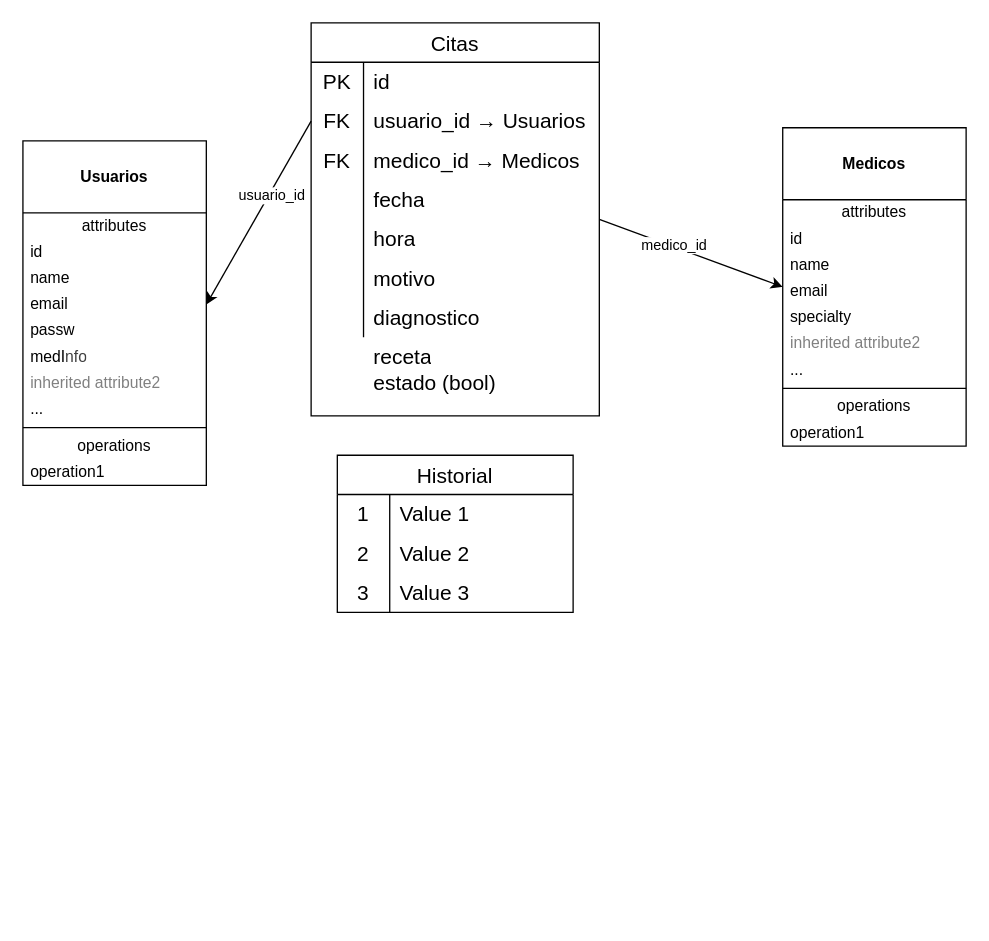
Esen-Q1-2026-Arquitectura-Software/py-med-management-app keeps this draw.io diagram as med-manage.drawio. Above is the earlier version. Source tidied: cells renumbered, new cells numbered last; positions are measured from the earlier drawing's top-left corner, leaving out a move shared by most shapes. Both pictures are drawn from the tidied source at 131%, with x=0, y=0 at pixel (22, 22).
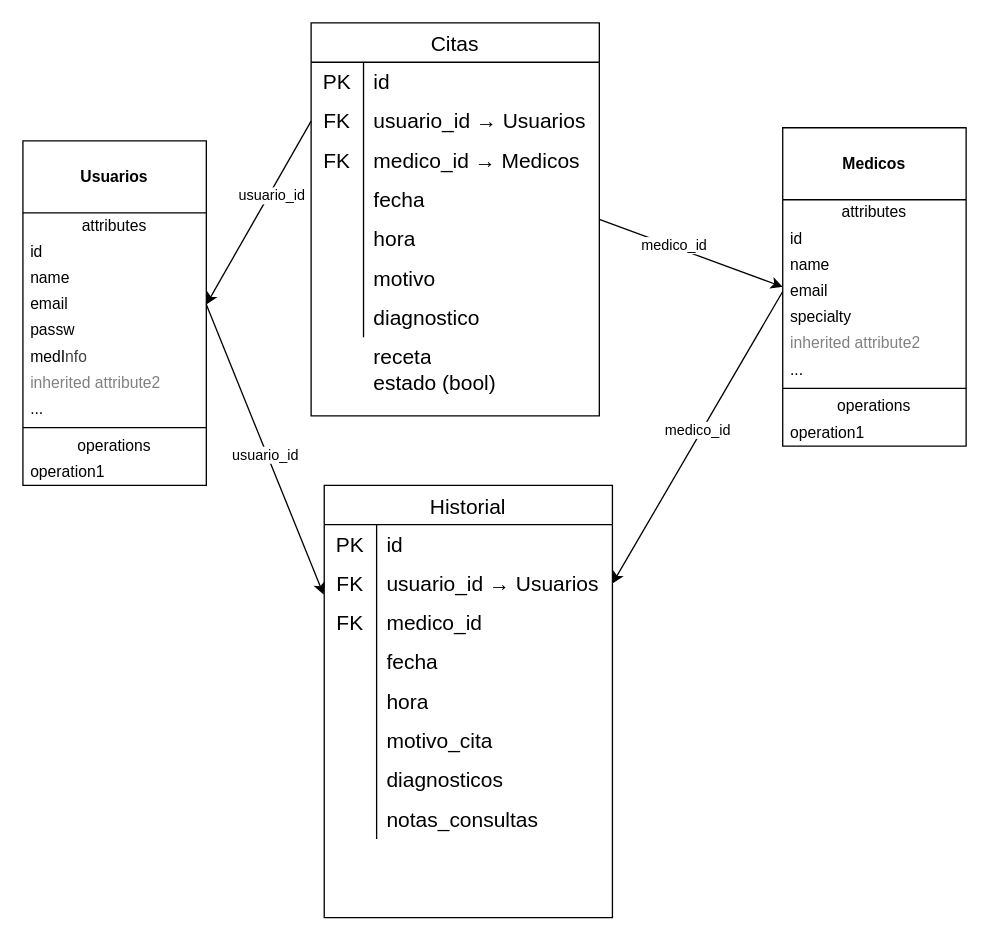
The same page after the edit.

Commit message:
actualizacion historial

The change refers to these unchanged cells:
```xml
<mxCell id="42" value="email" style="text;html=1;strokeColor=none;fillColor=none;align=left;verticalAlign=middle;spacingLeft=4;spacingRight=4;overflow=hidden;points=[[0,0.5],[1,0.5]];portConstraint=eastwest;whiteSpace=wrap;" parent="38" vertex="1">
  <mxGeometry y="115" width="140" height="20" as="geometry" />
</mxCell>
<mxCell id="54" value="email" style="text;html=1;strokeColor=none;fillColor=none;align=left;verticalAlign=middle;spacingLeft=4;spacingRight=4;overflow=hidden;points=[[0,0.5],[1,0.5]];portConstraint=eastwest;whiteSpace=wrap;" parent="50" vertex="1">
  <mxGeometry y="115" width="140" height="20" as="geometry" />
</mxCell>
```

What changed in the source:
```diff
@@
-    <mxCell id="2" value="Historial" style="shape=table;startSize=30;childLayout=tableLayout;rowLines=0;fontStyle=0;strokeColor=default;fontSize=16;" parent="1" vertex="1">
-      <mxGeometry x="240" y="330" width="180" height="120" as="geometry" />
-    </mxCell>
-    <mxCell id="3" style="shape=tableRow;horizontal=0;startSize=0;swimlaneHead=0;swimlaneBody=0;top=0;left=0;bottom=0;right=0;fillColor=none;strokeColor=inherit;fontSize=16;" parent="2" vertex="1">
-      <mxGeometry y="30" width="180" height="30" as="geometry" />
-    </mxCell>
-    <mxCell id="4" value="1" style="shape=partialRectangle;html=1;whiteSpace=wrap;fillColor=none;top=0;left=0;bottom=0;right=0;overflow=hidden;strokeColor=inherit;fontSize=16;" parent="3" vertex="1">
-      <mxGeometry width="40" height="30" as="geometry" />
-    </mxCell>
-    <mxCell id="5" value="Value 1" style="shape=partialRectangle;html=1;whiteSpace=wrap;fillColor=none;top=0;left=0;bottom=0;right=0;align=left;spacingLeft=6;overflow=hidden;strokeColor=inherit;fontSize=16;" parent="3" vertex="1">
-      <mxGeometry x="40" width="140" height="30" as="geometry" />
-    </mxCell>
-    <mxCell id="6" style="shape=tableRow;horizontal=0;startSize=0;swimlaneHead=0;swimlaneBody=0;top=0;left=0;bottom=0;right=0;fillColor=none;strokeColor=inherit;fontSize=16;" parent="2" vertex="1">
-      <mxGeometry y="60" width="180" height="30" as="geometry" />
-    </mxCell>
-    <mxCell id="7" value="2" style="shape=partialRectangle;html=1;whiteSpace=wrap;fillColor=none;top=0;left=0;bottom=0;right=0;overflow=hidden;strokeColor=inherit;fontSize=16;" parent="6" vertex="1">
-      <mxGeometry width="40" height="30" as="geometry" />
-    </mxCell>
-    <mxCell id="8" value="Value 2" style="shape=partialRectangle;html=1;whiteSpace=wrap;fillColor=none;top=0;left=0;bottom=0;right=0;align=left;spacingLeft=6;overflow=hidden;strokeColor=inherit;fontSize=16;" parent="6" vertex="1">
-      <mxGeometry x="40" width="140" height="30" as="geometry" />
-    </mxCell>
-    <mxCell id="9" style="shape=tableRow;horizontal=0;startSize=0;swimlaneHead=0;swimlaneBody=0;top=0;left=0;bottom=0;right=0;fillColor=none;strokeColor=inherit;fontSize=16;" parent="2" vertex="1">
-      <mxGeometry y="90" width="180" height="30" as="geometry" />
-    </mxCell>
-    <mxCell id="10" value="3" style="shape=partialRectangle;html=1;whiteSpace=wrap;fillColor=none;top=0;left=0;bottom=0;right=0;overflow=hidden;strokeColor=inherit;fontSize=16;" parent="9" vertex="1">
-      <mxGeometry width="40" height="30" as="geometry" />
-    </mxCell>
-    <mxCell id="11" value="Value 3" style="shape=partialRectangle;html=1;whiteSpace=wrap;fillColor=none;top=0;left=0;bottom=0;right=0;align=left;spacingLeft=6;overflow=hidden;strokeColor=inherit;fontSize=16;" parent="9" vertex="1">
-      <mxGeometry x="40" width="140" height="30" as="geometry" />
-    </mxCell>
@@
+    <mxCell id="2" value="Historial" style="shape=table;startSize=30;childLayout=tableLayout;rowLines=0;fontStyle=0;strokeColor=default;fontSize=16;" parent="1" vertex="1">
+      <mxGeometry x="230" y="353" width="220" height="330" as="geometry" />
+    </mxCell>
+    <mxCell id="63" style="shape=tableRow;horizontal=0;startSize=0;swimlaneHead=0;swimlaneBody=0;top=0;left=0;bottom=0;right=0;fillColor=none;strokeColor=inherit;fontSize=16;" parent="2" vertex="1">
+      <mxGeometry y="30" width="220" height="30" as="geometry" />
+    </mxCell>
+    <mxCell id="64" value="PK" style="shape=partialRectangle;html=1;whiteSpace=wrap;fillColor=none;top=0;left=0;bottom=0;right=0;overflow=hidden;strokeColor=inherit;fontSize=16;" parent="63" vertex="1">
+      <mxGeometry width="40" height="30" as="geometry" />
+    </mxCell>
+    <mxCell id="65" value="id" style="shape=partialRectangle;html=1;whiteSpace=wrap;fillColor=none;top=0;left=0;bottom=0;right=0;align=left;spacingLeft=6;overflow=hidden;strokeColor=inherit;fontSize=16;" parent="63" vertex="1">
+      <mxGeometry x="40" width="180" height="30" as="geometry" />
+    </mxCell>
+    <mxCell id="66" style="shape=tableRow;horizontal=0;startSize=0;swimlaneHead=0;swimlaneBody=0;top=0;left=0;bottom=0;right=0;fillColor=none;points=[[0,0.5],[1,0.5]];portConstraint=eastwest;strokeColor=inherit;fontSize=16;" parent="2" vertex="1">
+      <mxGeometry y="60" width="220" height="30" as="geometry" />
+    </mxCell>
+    <mxCell id="67" value="FK" style="shape=partialRectangle;html=1;whiteSpace=wrap;fillColor=none;top=0;left=0;bottom=0;right=0;overflow=hidden;strokeColor=inherit;fontSize=16;" parent="66" vertex="1">
+      <mxGeometry width="40" height="30" as="geometry" />
+    </mxCell>
+    <mxCell id="68" value="usuario_id → Usuarios" style="shape=partialRectangle;html=1;whiteSpace=wrap;fillColor=none;top=0;left=0;bottom=0;right=0;align=left;spacingLeft=6;overflow=hidden;strokeColor=inherit;fontSize=16;" parent="66" vertex="1">
+      <mxGeometry x="40" width="180" height="30" as="geometry" />
+    </mxCell>
+    <mxCell id="69" style="shape=tableRow;horizontal=0;startSize=0;swimlaneHead=0;swimlaneBody=0;top=0;left=0;bottom=0;right=0;fillColor=none;strokeColor=inherit;fontSize=16;" parent="2" vertex="1">
+      <mxGeometry y="90" width="220" height="30" as="geometry" />
+    </mxCell>
+    <mxCell id="70" value="FK" style="shape=partialRectangle;html=1;whiteSpace=wrap;fillColor=none;top=0;left=0;bottom=0;right=0;overflow=hidden;strokeColor=inherit;fontSize=16;" parent="69" vertex="1">
+      <mxGeometry width="40" height="30" as="geometry" />
+    </mxCell>
+    <mxCell id="71" value="medico_id" style="shape=partialRectangle;html=1;whiteSpace=wrap;fillColor=none;top=0;left=0;bottom=0;right=0;align=left;spacingLeft=6;overflow=hidden;strokeColor=inherit;fontSize=16;" parent="69" vertex="1">
+      <mxGeometry x="40" width="180" height="30" as="geometry" />
+    </mxCell>
+    <mxCell id="72" style="shape=tableRow;horizontal=0;startSize=0;swimlaneHead=0;swimlaneBody=0;top=0;left=0;bottom=0;right=0;fillColor=none;strokeColor=inherit;fontSize=16;" parent="2" vertex="1">
+      <mxGeometry y="120" width="220" height="30" as="geometry" />
+    </mxCell>
+    <mxCell id="73" style="shape=partialRectangle;html=1;whiteSpace=wrap;fillColor=none;top=0;left=0;bottom=0;right=0;overflow=hidden;strokeColor=inherit;fontSize=16;" parent="72" vertex="1">
+      <mxGeometry width="40" height="30" as="geometry" />
+    </mxCell>
+    <mxCell id="74" value="fecha" style="shape=partialRectangle;html=1;whiteSpace=wrap;fillColor=none;top=0;left=0;bottom=0;right=0;align=left;spacingLeft=6;overflow=hidden;strokeColor=inherit;fontSize=16;" parent="72" vertex="1">
+      <mxGeometry x="40" width="180" height="30" as="geometry" />
+    </mxCell>
+    <mxCell id="75" style="shape=tableRow;horizontal=0;startSize=0;swimlaneHead=0;swimlaneBody=0;top=0;left=0;bottom=0;right=0;fillColor=none;strokeColor=inherit;fontSize=16;" parent="2" vertex="1">
+      <mxGeometry y="150" width="220" height="30" as="geometry" />
+    </mxCell>
+    <mxCell id="76" style="shape=partialRectangle;html=1;whiteSpace=wrap;fillColor=none;top=0;left=0;bottom=0;right=0;overflow=hidden;strokeColor=inherit;fontSize=16;" parent="75" vertex="1">
+      <mxGeometry width="40" height="30" as="geometry" />
+    </mxCell>
+    <mxCell id="77" value="hora" style="shape=partialRectangle;html=1;whiteSpace=wrap;fillColor=none;top=0;left=0;bottom=0;right=0;align=left;spacingLeft=6;overflow=hidden;strokeColor=inherit;fontSize=16;" parent="75" vertex="1">
+      <mxGeometry x="40" width="180" height="30" as="geometry" />
+    </mxCell>
+    <mxCell id="78" style="shape=tableRow;horizontal=0;startSize=0;swimlaneHead=0;swimlaneBody=0;top=0;left=0;bottom=0;right=0;fillColor=none;strokeColor=inherit;fontSize=16;" parent="2" vertex="1">
+      <mxGeometry y="180" width="220" height="30" as="geometry" />
+    </mxCell>
+    <mxCell id="79" style="shape=partialRectangle;html=1;whiteSpace=wrap;fillColor=none;top=0;left=0;bottom=0;right=0;overflow=hidden;strokeColor=inherit;fontSize=16;" parent="78" vertex="1">
+      <mxGeometry width="40" height="30" as="geometry" />
+    </mxCell>
+    <mxCell id="80" value="motivo_cita" style="shape=partialRectangle;html=1;whiteSpace=wrap;fillColor=none;top=0;left=0;bottom=0;right=0;align=left;spacingLeft=6;overflow=hidden;strokeColor=inherit;fontSize=16;" parent="78" vertex="1">
+      <mxGeometry x="40" width="180" height="30" as="geometry" />
+    </mxCell>
+    <mxCell id="81" style="shape=tableRow;horizontal=0;startSize=0;swimlaneHead=0;swimlaneBody=0;top=0;left=0;bottom=0;right=0;fillColor=none;strokeColor=inherit;fontSize=16;" parent="2" vertex="1">
+      <mxGeometry y="210" width="220" height="30" as="geometry" />
+    </mxCell>
+    <mxCell id="82" style="shape=partialRectangle;html=1;whiteSpace=wrap;fillColor=none;top=0;left=0;bottom=0;right=0;overflow=hidden;strokeColor=inherit;fontSize=16;" parent="81" vertex="1">
+      <mxGeometry width="40" height="30" as="geometry" />
+    </mxCell>
+    <mxCell id="83" value="diagnosticos" style="shape=partialRectangle;html=1;whiteSpace=wrap;fillColor=none;top=0;left=0;bottom=0;right=0;align=left;spacingLeft=6;overflow=hidden;strokeColor=inherit;fontSize=16;" parent="81" vertex="1">
+      <mxGeometry x="40" width="180" height="30" as="geometry" />
+    </mxCell>
+    <mxCell id="84" style="shape=tableRow;horizontal=0;startSize=0;swimlaneHead=0;swimlaneBody=0;top=0;left=0;bottom=0;right=0;fillColor=none;strokeColor=inherit;fontSize=16;" parent="2" vertex="1">
+      <mxGeometry y="240" width="220" height="30" as="geometry" />
+    </mxCell>
+    <mxCell id="85" style="shape=partialRectangle;html=1;whiteSpace=wrap;fillColor=none;top=0;left=0;bottom=0;right=0;overflow=hidden;strokeColor=inherit;fontSize=16;" parent="84" vertex="1">
+      <mxGeometry width="40" height="30" as="geometry" />
+    </mxCell>
+    <mxCell id="86" value="notas_consultas" style="shape=partialRectangle;html=1;whiteSpace=wrap;fillColor=none;top=0;left=0;bottom=0;right=0;align=left;spacingLeft=6;overflow=hidden;strokeColor=inherit;fontSize=16;" parent="84" vertex="1">
+      <mxGeometry x="40" width="180" height="30" as="geometry" />
+    </mxCell>
+    <mxCell id="87" style="edgeStyle=none;html=1;exitX=1;exitY=0.5;exitDx=0;exitDy=0;entryX=-0.002;entryY=0.78;entryDx=0;entryDy=0;entryPerimeter=0;" parent="1" edge="1" source="42" target="66">
+      <mxGeometry relative="1" as="geometry" />
+    </mxCell>
+    <mxCell id="88" value="usuario_id" style="edgeLabel;html=1;align=center;verticalAlign=middle;" parent="87" vertex="1">
+      <mxGeometry x="0.03" y="-2" relative="1" as="geometry" />
+    </mxCell>
+    <mxCell id="89" style="edgeStyle=none;html=1;exitX=0;exitY=0.5;exitDx=0;exitDy=0;entryX=1;entryY=0.5;entryDx=0;entryDy=0;" parent="1" edge="1" source="54" target="66">
+      <mxGeometry relative="1" as="geometry" />
+    </mxCell>
+    <mxCell id="90" value="medico_id" style="edgeLabel;html=1;align=center;verticalAlign=middle;" parent="89" vertex="1">
+      <mxGeometry x="-0.04" y="-3" relative="1" as="geometry" />
+    </mxCell>
```
